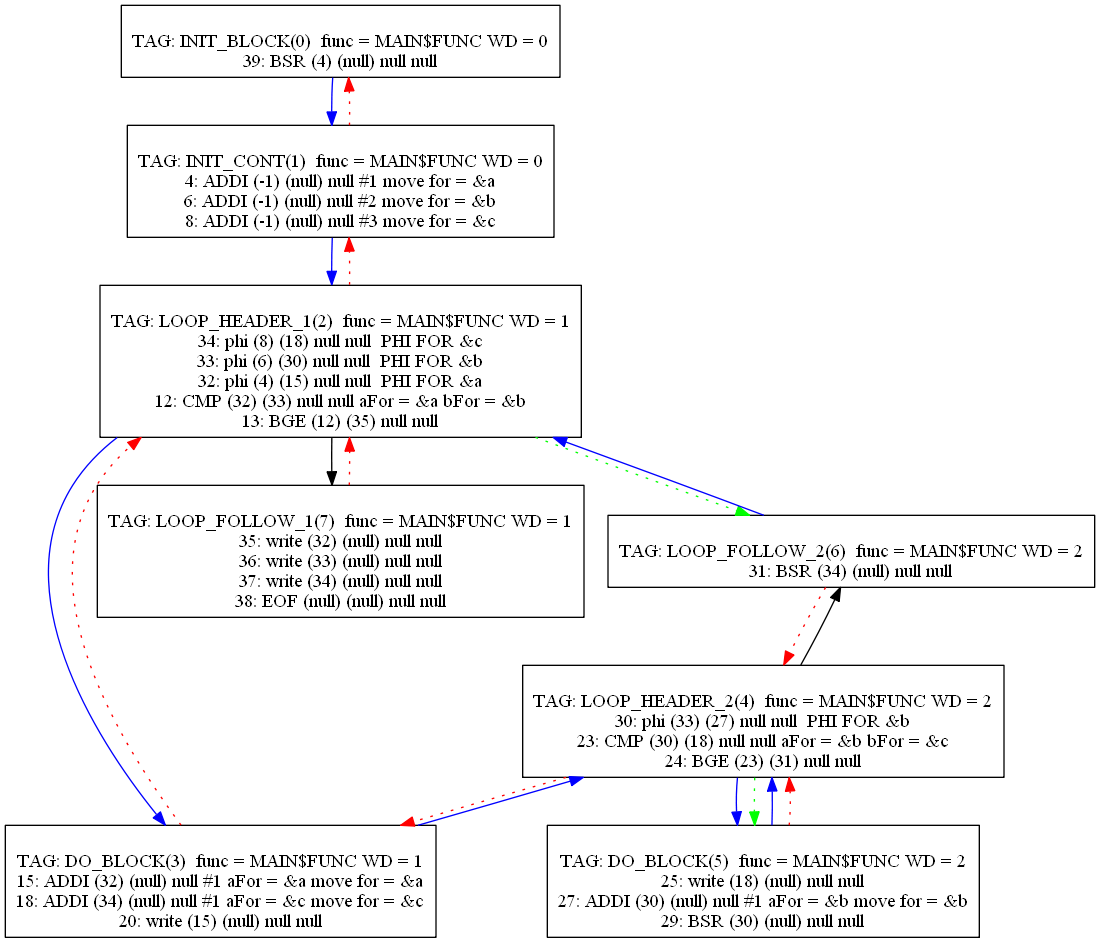
Above: Compiler/10graph.png in mbajaj92/Project-Astoria (Graphviz), before the change. Its source is kept beside it as Compiler/10graph.dot.
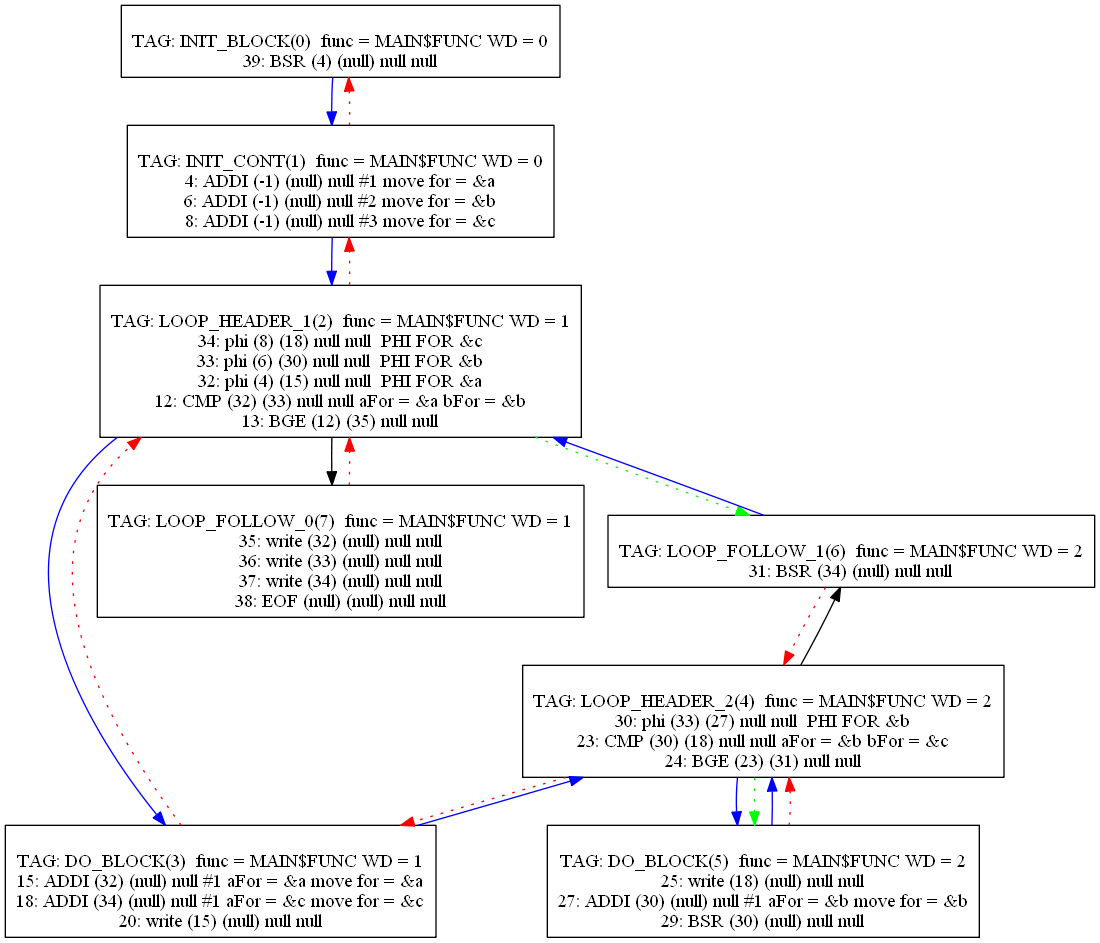
The same diagram one commit later.

Change to the diagram source:
```diff
@@ -57,14 +57,14 @@
 5 -> 4[color=blue]
 5 -> 4[color=red][style=dotted]
 6[label="
-TAG: LOOP_FOLLOW_2(6)  func = MAIN$FUNC WD = 2
+TAG: LOOP_FOLLOW_1(6)  func = MAIN$FUNC WD = 2
 31: BSR (34) (null) null null
 "];
 6[shape=box];
 6 -> 2[color=blue]
 6 -> 4[color=red][style=dotted]
 7[label="
-TAG: LOOP_FOLLOW_1(7)  func = MAIN$FUNC WD = 1
+TAG: LOOP_FOLLOW_0(7)  func = MAIN$FUNC WD = 1
 35: write (32) (null) null null
 36: write (33) (null) null null
 37: write (34) (null) null null
```
